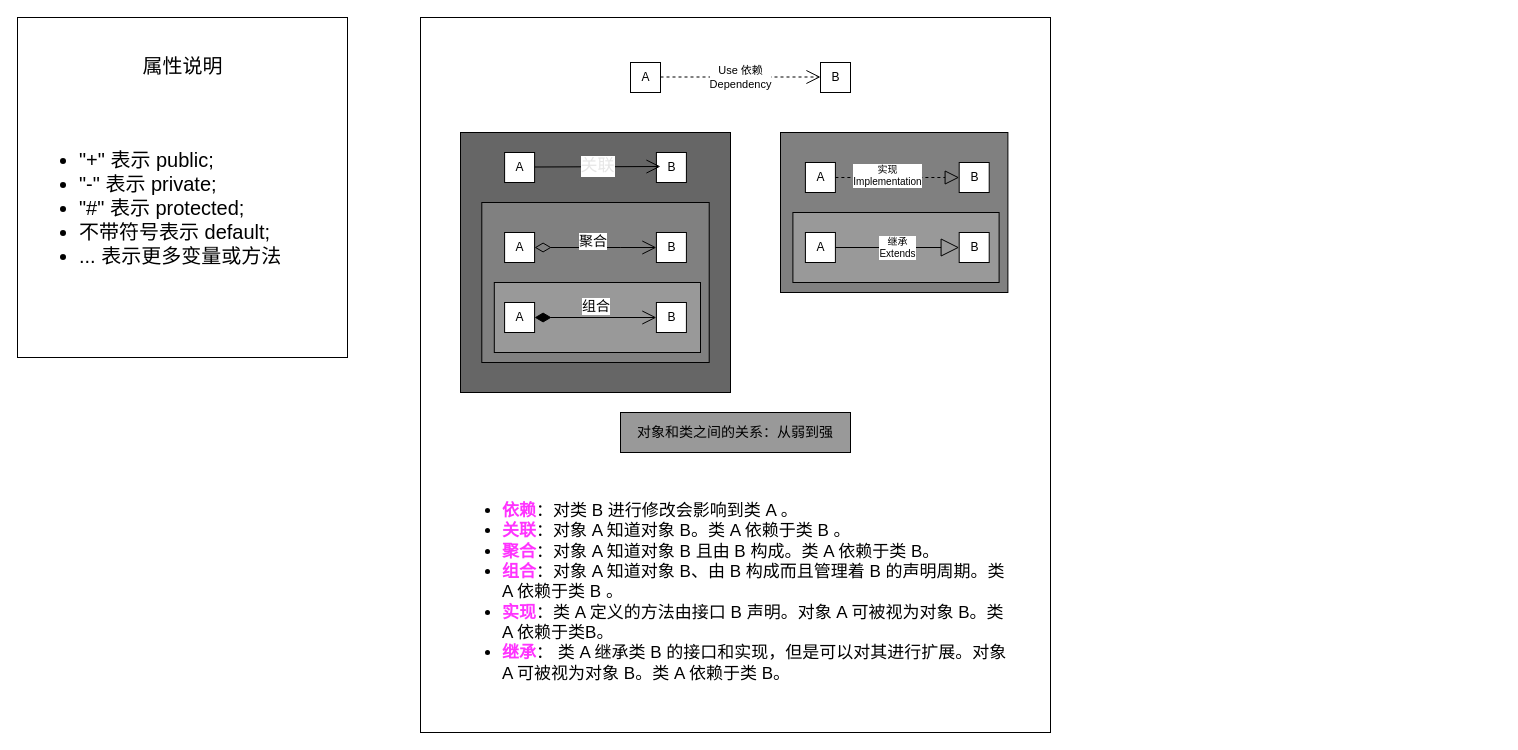
GhostCatcg/typescript-design-patterns keeps this draw.io diagram as page "第 1 页" (1 of 2) of uml/uml类图线条作用.drawio. Above is the earlier version. Source tidied: cells renumbered, new cells numbered last; positions are measured from the earlier drawing's top-left corner, leaving out a move shared by most shapes. Both pictures are drawn from the tidied source at 100%, with x=0, y=0 at pixel (17, 17).
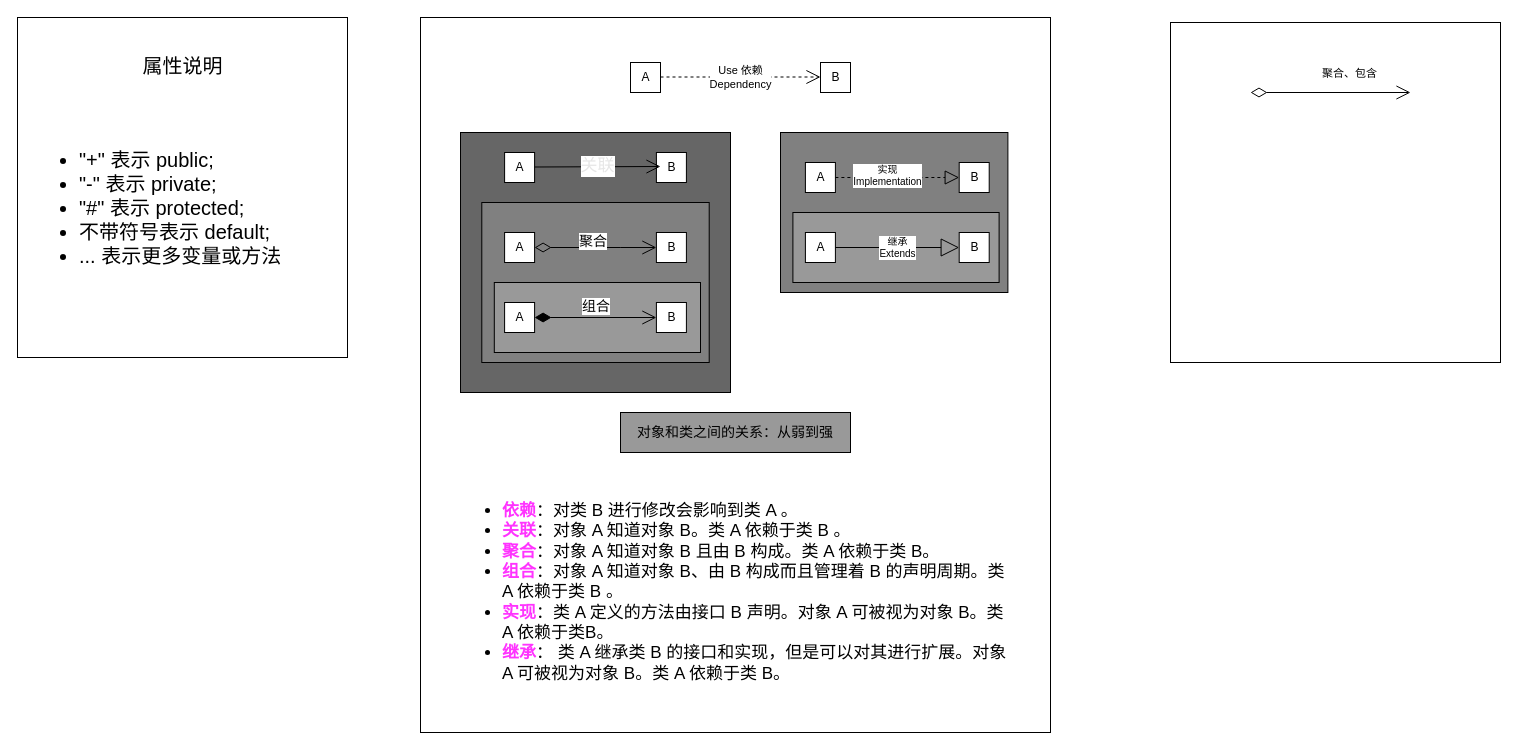
The same diagram, later.

The edit, as a diff of the source:
```diff
@@
+    <mxCell id="34" style="group;" parent="1" vertex="1">
+      <mxGeometry x="1153" y="5" width="330" height="340" as="geometry" />
+    </mxCell>
+    <mxCell id="35" style="rounded=0;whiteSpace=wrap;html=1;fontFamily=Helvetica;fontSize=20;fontColor=default;startSize=36;strokeColor=default;fillColor=default;gradientColor=none;" parent="34" vertex="1">
+      <mxGeometry width="330" height="340" as="geometry" />
+    </mxCell>
+    <mxCell id="36" value="聚合、包含" style="endArrow=open;html=1;endSize=12;startArrow=diamondThin;startSize=14;startFill=0;edgeStyle=orthogonalEdgeStyle;align=left;verticalAlign=bottom;" parent="34" edge="1">
+      <mxGeometry x="-0.12" y="10" relative="1" as="geometry">
+        <mxPoint x="80" y="70" as="sourcePoint" />
+        <mxPoint x="240" y="70" as="targetPoint" />
+      </mxGeometry>
+    </mxCell>
```
